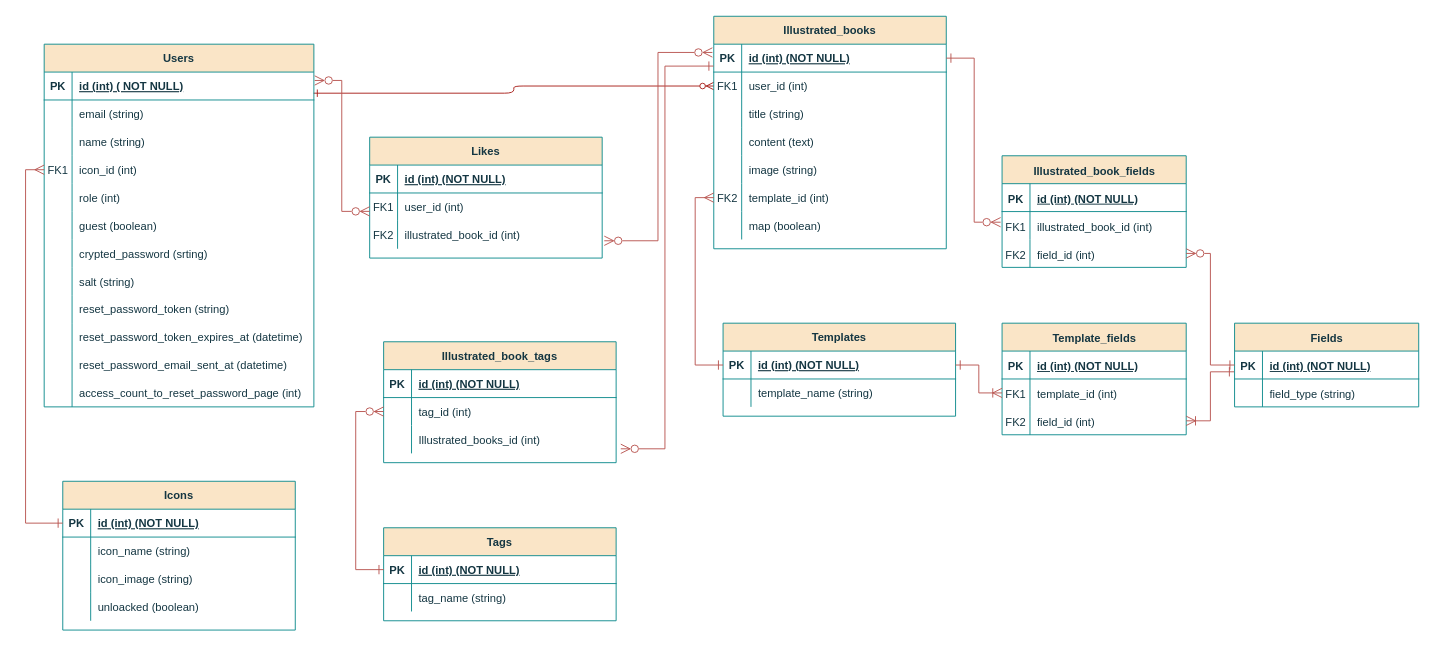
This is 名称未設定ファイル.drawio from furukoshi12/zukan-create, a draw.io file, before an edit. Source tidied: cells renumbered, new cells numbered last; positions are measured from the earlier drawing's top-left corner, leaving out a move shared by most shapes. Both pictures are drawn from the tidied source at 93%, with x=0, y=0 at pixel (25, 16).
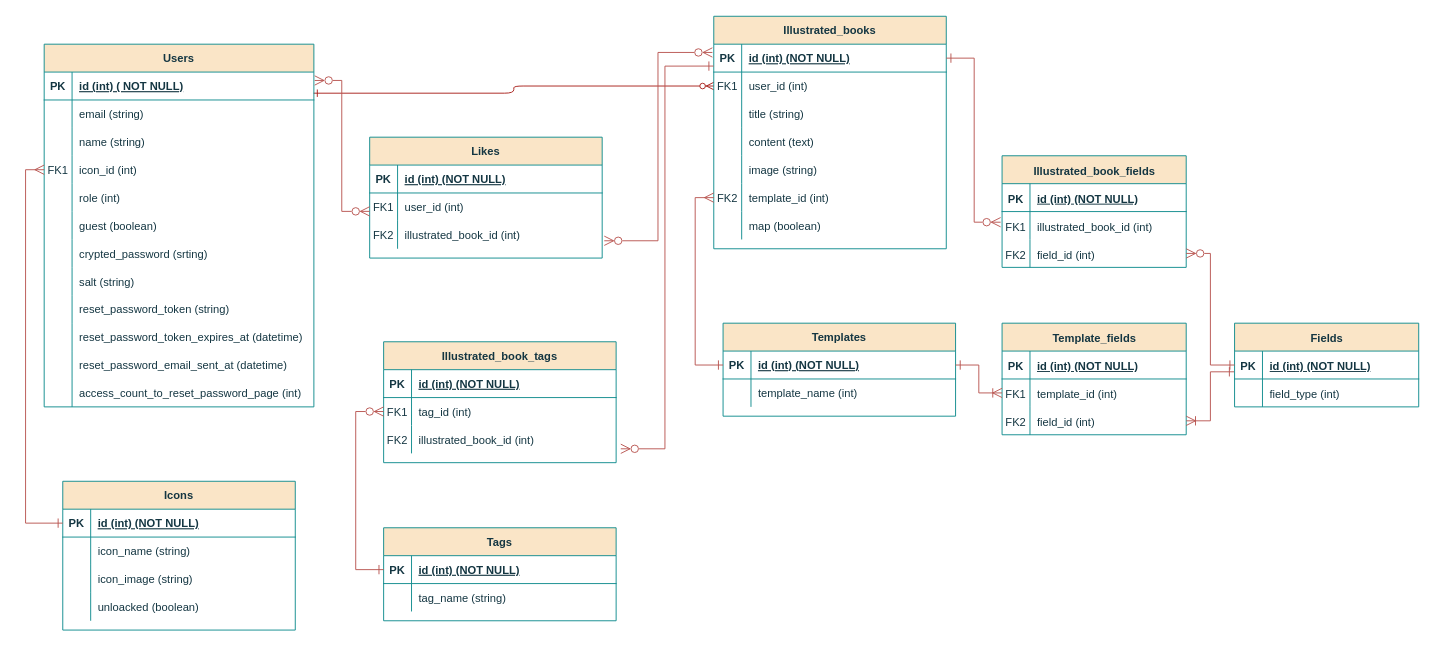
After the change.

Commit message:
名称未設定ファイル.drawio を更新します

Unchanged cells that the change refers to:
```xml
<mxCell id="29" style="shape=partialRectangle;fillColor=none;top=0;left=0;right=0;bottom=0;labelBackgroundColor=none;strokeColor=#0F8B8D;fontColor=#143642;" parent="25" vertex="1">
  <mxGeometry y="60" width="250" height="30" as="geometry" />
</mxCell>
<mxCell id="103" style="shape=tableRow;horizontal=0;startSize=0;swimlaneHead=0;swimlaneBody=0;fillColor=none;top=0;left=0;right=0;bottom=0;strokeColor=#0F8B8D;fontSize=16;fontColor=#143642;" parent="99" vertex="1">
  <mxGeometry y="60" width="198" height="30" as="geometry" />
</mxCell>
<mxCell id="110" style="shape=partialRectangle;fillColor=none;points=[[0,0.5],[1,0.5]];portConstraint=eastwest;top=0;left=0;right=0;bottom=0;labelBackgroundColor=none;strokeColor=#0F8B8D;fontColor=#143642;" parent="106" vertex="1">
  <mxGeometry y="60" width="250" height="30" as="geometry" />
</mxCell>
<mxCell id="113" style="shape=partialRectangle;fillColor=none;points=[[0,0.5],[1,0.5]];portConstraint=eastwest;top=0;left=0;right=0;bottom=0;labelBackgroundColor=none;strokeColor=#0F8B8D;fontColor=#143642;" parent="106" vertex="1">
  <mxGeometry y="90" width="250" height="30" as="geometry" />
</mxCell>
```

What changed in the source:
```diff
@@
-    <mxCell id="31" value="template_name (string)" style="shape=partialRectangle;overflow=hidden;fillColor=none;top=0;left=0;bottom=0;right=0;align=left;spacingLeft=6;labelBackgroundColor=none;strokeColor=#0F8B8D;fontColor=#143642;" parent="29" vertex="1">
+    <mxCell id="31" value="template_name (int)" style="shape=partialRectangle;overflow=hidden;fillColor=none;top=0;left=0;bottom=0;right=0;align=left;spacingLeft=6;labelBackgroundColor=none;strokeColor=#0F8B8D;fontColor=#143642;" parent="29" vertex="1">
       <mxGeometry x="30" width="220" height="30" as="geometry" />
     </mxCell>
@@
-    <mxCell id="105" value="&lt;font style=&quot;font-size: 12px;&quot;&gt;field_type (string)&lt;/font&gt;" style="shape=partialRectangle;fillColor=none;top=0;left=0;bottom=0;right=0;align=left;spacingLeft=6;overflow=hidden;whiteSpace=wrap;html=1;strokeColor=#0F8B8D;fontSize=16;fontColor=#143642;" parent="103" vertex="1">
+    <mxCell id="105" value="&lt;font style=&quot;font-size: 12px;&quot;&gt;field_type (int)&lt;/font&gt;" style="shape=partialRectangle;fillColor=none;top=0;left=0;bottom=0;right=0;align=left;spacingLeft=6;overflow=hidden;whiteSpace=wrap;html=1;strokeColor=#0F8B8D;fontSize=16;fontColor=#143642;" parent="103" vertex="1">
       <mxGeometry x="30" width="168" height="30" as="geometry" />
     </mxCell>
@@
-    <mxCell id="111" style="shape=partialRectangle;overflow=hidden;fillColor=none;top=0;left=0;bottom=0;right=0;labelBackgroundColor=none;strokeColor=#0F8B8D;fontColor=#143642;" parent="110" vertex="1">
+    <mxCell id="111" value="FK1" style="shape=partialRectangle;overflow=hidden;fillColor=none;top=0;left=0;bottom=0;right=0;labelBackgroundColor=none;strokeColor=#0F8B8D;fontColor=#143642;" parent="110" vertex="1">
       <mxGeometry width="30" height="30" as="geometry" />
     </mxCell>
@@
-    <mxCell id="114" style="shape=partialRectangle;overflow=hidden;fillColor=none;top=0;left=0;bottom=0;right=0;labelBackgroundColor=none;strokeColor=#0F8B8D;fontColor=#143642;" parent="113" vertex="1">
+    <mxCell id="114" value="FK2" style="shape=partialRectangle;overflow=hidden;fillColor=none;top=0;left=0;bottom=0;right=0;labelBackgroundColor=none;strokeColor=#0F8B8D;fontColor=#143642;" parent="113" vertex="1">
       <mxGeometry width="30" height="30" as="geometry" />
     </mxCell>
-    <mxCell id="115" value="Illustrated_books_id (int)" style="shape=partialRectangle;overflow=hidden;fillColor=none;top=0;left=0;bottom=0;right=0;align=left;spacingLeft=6;labelBackgroundColor=none;strokeColor=#0F8B8D;fontColor=#143642;" parent="113" vertex="1">
+    <mxCell id="115" value="illustrated_book_id (int)" style="shape=partialRectangle;overflow=hidden;fillColor=none;top=0;left=0;bottom=0;right=0;align=left;spacingLeft=6;labelBackgroundColor=none;strokeColor=#0F8B8D;fontColor=#143642;" parent="113" vertex="1">
       <mxGeometry x="30" width="220" height="30" as="geometry" />
     </mxCell>
```
